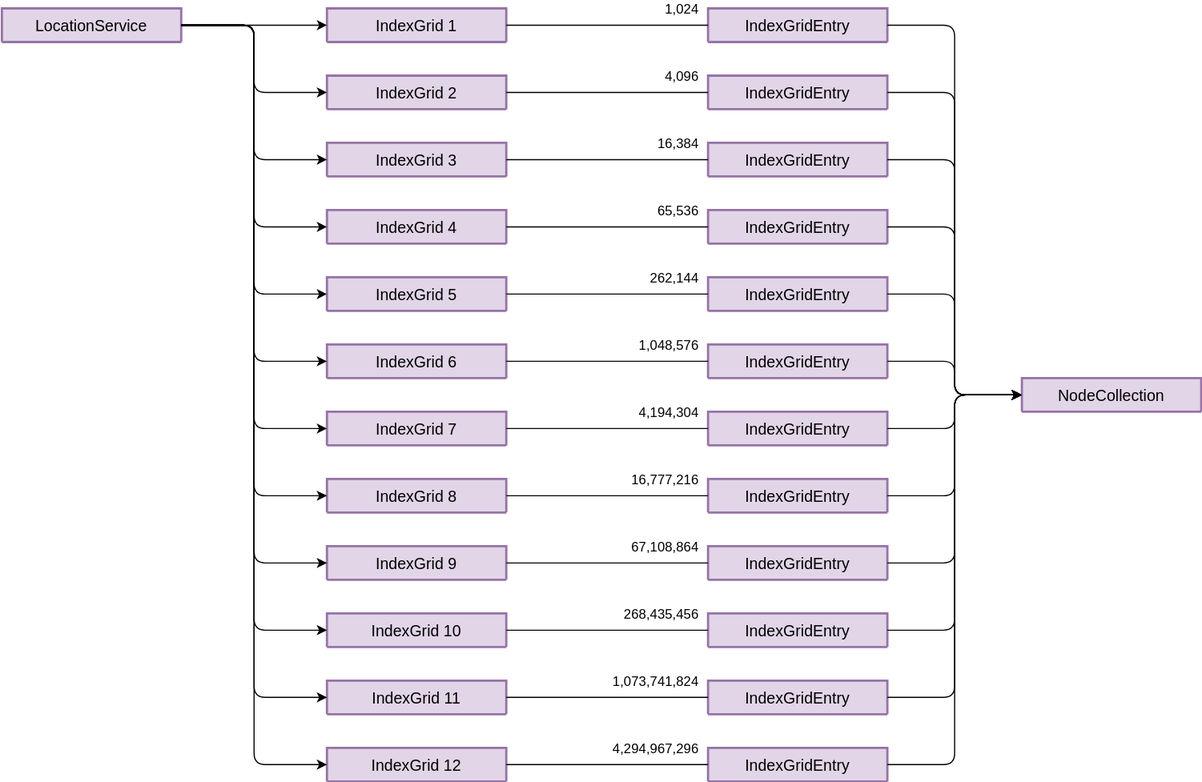
Before: _images/architecture-quad-tree.drawio.svg, a diagram exported from draw.io (gartenkralle/geolocation-services-doc). Source tidied: cells renumbered, new cells last; positions are measured from the earlier drawing's top-left corner, leaving out a move shared by most shapes.
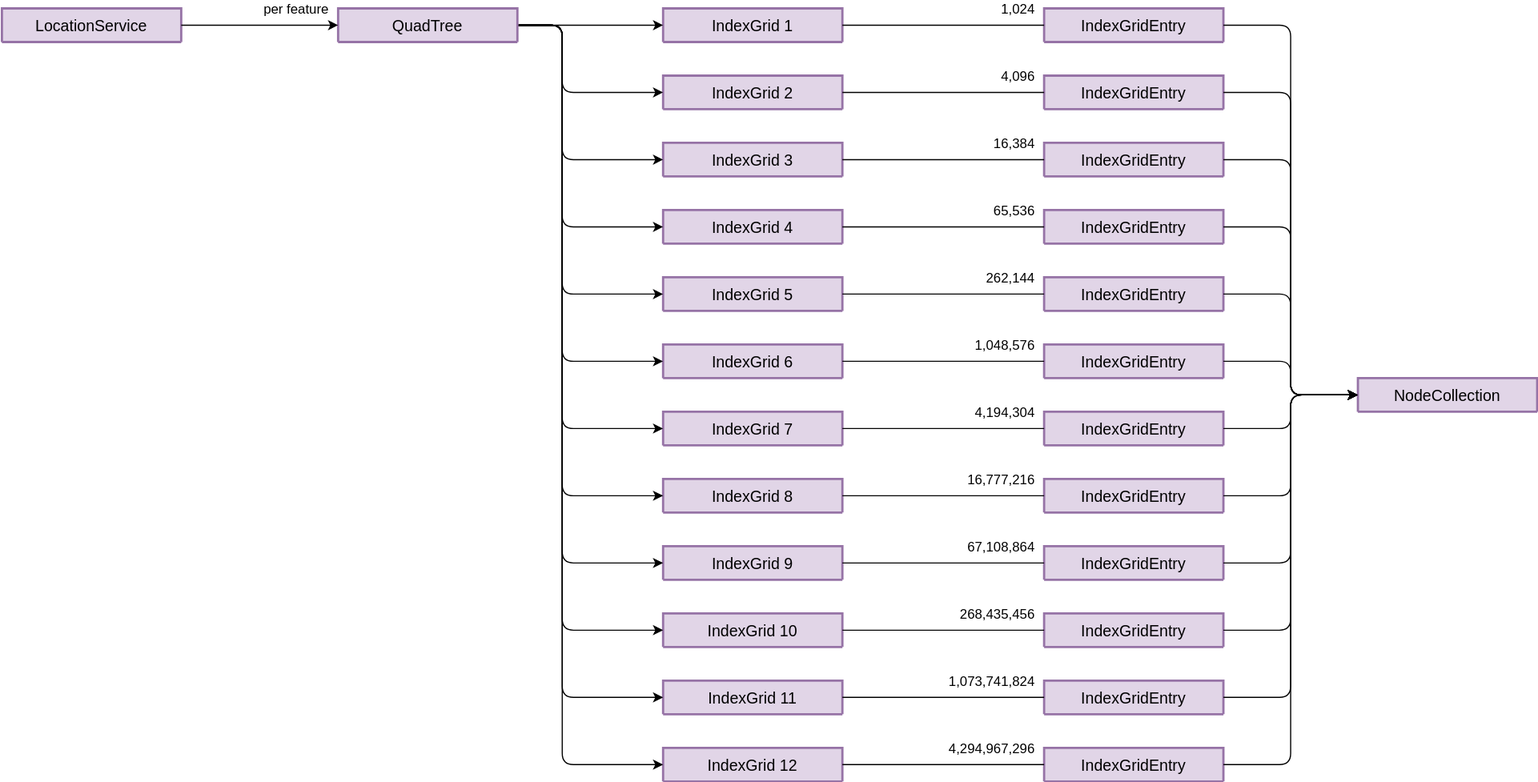
After the commit.

Change to the diagram source:
```diff
@@ -147,43 +147,98 @@
       <mxGeometry x="620" y="675" as="geometry" />
     </mxCell>
     <mxCell id="50" value="LocationService" style="swimlane;horizontal=1;startSize=30;rounded=1;fontSize=14;fontStyle=0;strokeWidth=2;shadow=0;dashed=0;align=center;fillColor=#e1d5e7;strokeColor=#9673a6;" parent="1" vertex="1">
-      <mxGeometry width="160" height="30" as="geometry" />
+      <mxGeometry x="-300" width="160" height="30" as="geometry" />
     </mxCell>
-    <mxCell id="51" style="endArrow=classic;html=1;rounded=0;exitX=1;exitY=0.5;exitDx=0;exitDy=0;entryX=0;entryY=0.5;entryDx=0;entryDy=0;" parent="1" edge="1" source="50" target="2">
+    <mxCell id="51" style="endArrow=classic;html=1;rounded=0;exitX=1;exitY=0.5;exitDx=0;exitDy=0;entryX=0;entryY=0.5;entryDx=0;entryDy=0;" parent="1" edge="1" source="76" target="2">
       <mxGeometry relative="1" as="geometry" />
     </mxCell>
-    <mxCell id="52" style="endArrow=classic;html=1;rounded=1;exitX=1;exitY=0.5;exitDx=0;exitDy=0;entryX=0;entryY=0.5;entryDx=0;entryDy=0;edgeStyle=orthogonalEdgeStyle;" parent="1" edge="1" source="50" target="6">
-      <mxGeometry relative="1" as="geometry" />
+    <mxCell id="52" style="endArrow=classic;html=1;rounded=1;exitX=1;exitY=0.5;exitDx=0;exitDy=0;entryX=0;entryY=0.5;entryDx=0;entryDy=0;edgeStyle=orthogonalEdgeStyle;" parent="1" edge="1" source="76" target="6">
+      <mxGeometry relative="1" as="geometry">
+        <Array as="points">
+          <mxPoint x="200" y="15" />
+          <mxPoint x="200" y="75" />
+        </Array>
+      </mxGeometry>
     </mxCell>
-    <mxCell id="53" style="endArrow=classic;html=1;rounded=1;entryX=0;entryY=0.5;entryDx=0;entryDy=0;exitX=1;exitY=0.5;exitDx=0;exitDy=0;edgeStyle=orthogonalEdgeStyle;" parent="1" edge="1" source="50" target="10">
-      <mxGeometry relative="1" as="geometry" />
+    <mxCell id="53" style="endArrow=classic;html=1;rounded=1;entryX=0;entryY=0.5;entryDx=0;entryDy=0;exitX=1;exitY=0.5;exitDx=0;exitDy=0;edgeStyle=orthogonalEdgeStyle;" parent="1" edge="1" source="76" target="10">
+      <mxGeometry relative="1" as="geometry">
+        <Array as="points">
+          <mxPoint x="200" y="15" />
+          <mxPoint x="200" y="135" />
+        </Array>
+      </mxGeometry>
     </mxCell>
-    <mxCell id="54" style="endArrow=classic;html=1;rounded=1;entryX=0;entryY=0.5;entryDx=0;entryDy=0;exitX=1;exitY=0.5;exitDx=0;exitDy=0;edgeStyle=orthogonalEdgeStyle;" parent="1" edge="1" source="50" target="14">
-      <mxGeometry relative="1" as="geometry" />
+    <mxCell id="54" style="endArrow=classic;html=1;rounded=1;entryX=0;entryY=0.5;entryDx=0;entryDy=0;exitX=1;exitY=0.5;exitDx=0;exitDy=0;edgeStyle=orthogonalEdgeStyle;" parent="1" edge="1" source="76" target="14">
+      <mxGeometry relative="1" as="geometry">
+        <Array as="points">
+          <mxPoint x="200" y="15" />
+          <mxPoint x="200" y="195" />
+        </Array>
+      </mxGeometry>
     </mxCell>
-    <mxCell id="55" style="endArrow=classic;html=1;rounded=1;entryX=0;entryY=0.5;entryDx=0;entryDy=0;exitX=1;exitY=0.5;exitDx=0;exitDy=0;edgeStyle=orthogonalEdgeStyle;" parent="1" edge="1" source="50" target="18">
-      <mxGeometry relative="1" as="geometry" />
+    <mxCell id="55" style="endArrow=classic;html=1;rounded=1;entryX=0;entryY=0.5;entryDx=0;entryDy=0;exitX=1;exitY=0.5;exitDx=0;exitDy=0;edgeStyle=orthogonalEdgeStyle;" parent="1" edge="1" source="76" target="18">
+      <mxGeometry relative="1" as="geometry">
+        <Array as="points">
+          <mxPoint x="200" y="15" />
+          <mxPoint x="200" y="255" />
+        </Array>
+      </mxGeometry>
     </mxCell>
-    <mxCell id="56" style="endArrow=classic;html=1;rounded=1;entryX=0;entryY=0.5;entryDx=0;entryDy=0;exitX=1;exitY=0.5;exitDx=0;exitDy=0;edgeStyle=orthogonalEdgeStyle;" parent="1" edge="1" source="50" target="22">
-      <mxGeometry relative="1" as="geometry" />
+    <mxCell id="56" style="endArrow=classic;html=1;rounded=1;entryX=0;entryY=0.5;entryDx=0;entryDy=0;exitX=1;exitY=0.5;exitDx=0;exitDy=0;edgeStyle=orthogonalEdgeStyle;" parent="1" edge="1" source="76" target="22">
+      <mxGeometry relative="1" as="geometry">
+        <Array as="points">
+          <mxPoint x="200" y="15" />
+          <mxPoint x="200" y="315" />
+        </Array>
+      </mxGeometry>
     </mxCell>
-    <mxCell id="57" style="endArrow=classic;html=1;rounded=1;entryX=0;entryY=0.5;entryDx=0;entryDy=0;exitX=1;exitY=0.5;exitDx=0;exitDy=0;edgeStyle=orthogonalEdgeStyle;" parent="1" edge="1" source="50" target="26">
-      <mxGeometry relative="1" as="geometry" />
+    <mxCell id="57" style="endArrow=classic;html=1;rounded=1;entryX=0;entryY=0.5;entryDx=0;entryDy=0;exitX=1;exitY=0.5;exitDx=0;exitDy=0;edgeStyle=orthogonalEdgeStyle;" parent="1" edge="1" source="76" target="26">
+      <mxGeometry relative="1" as="geometry">
+        <Array as="points">
+          <mxPoint x="200" y="15" />
+          <mxPoint x="200" y="375" />
+        </Array>
+      </mxGeometry>
     </mxCell>
-    <mxCell id="58" style="endArrow=classic;html=1;rounded=1;entryX=0;entryY=0.5;entryDx=0;entryDy=0;exitX=1;exitY=0.5;exitDx=0;exitDy=0;edgeStyle=orthogonalEdgeStyle;" parent="1" edge="1" source="50" target="30">
-      <mxGeometry relative="1" as="geometry" />
+    <mxCell id="58" style="endArrow=classic;html=1;rounded=1;entryX=0;entryY=0.5;entryDx=0;entryDy=0;exitX=1;exitY=0.5;exitDx=0;exitDy=0;edgeStyle=orthogonalEdgeStyle;" parent="1" edge="1" source="76" target="30">
+      <mxGeometry relative="1" as="geometry">
+        <Array as="points">
+          <mxPoint x="200" y="15" />
+          <mxPoint x="200" y="435" />
+        </Array>
+      </mxGeometry>
     </mxCell>
-    <mxCell id="59" style="endArrow=classic;html=1;rounded=1;entryX=0;entryY=0.5;entryDx=0;entryDy=0;exitX=1;exitY=0.5;exitDx=0;exitDy=0;edgeStyle=orthogonalEdgeStyle;" parent="1" edge="1" source="50" target="34">
-      <mxGeometry relative="1" as="geometry" />
+    <mxCell id="59" style="endArrow=classic;html=1;rounded=1;entryX=0;entryY=0.5;entryDx=0;entryDy=0;exitX=1;exitY=0.5;exitDx=0;exitDy=0;edgeStyle=orthogonalEdgeStyle;" parent="1" edge="1" source="76" target="34">
+      <mxGeometry relative="1" as="geometry">
+        <Array as="points">
+          <mxPoint x="200" y="15" />
+          <mxPoint x="200" y="495" />
+        </Array>
+      </mxGeometry>
     </mxCell>
-    <mxCell id="60" style="endArrow=classic;html=1;rounded=1;entryX=0;entryY=0.5;entryDx=0;entryDy=0;exitX=1;exitY=0.5;exitDx=0;exitDy=0;edgeStyle=orthogonalEdgeStyle;" parent="1" edge="1" source="50" target="38">
-      <mxGeometry relative="1" as="geometry" />
+    <mxCell id="60" style="endArrow=classic;html=1;rounded=1;entryX=0;entryY=0.5;entryDx=0;entryDy=0;exitX=1;exitY=0.5;exitDx=0;exitDy=0;edgeStyle=orthogonalEdgeStyle;" parent="1" edge="1" source="76" target="38">
+      <mxGeometry relative="1" as="geometry">
+        <Array as="points">
+          <mxPoint x="200" y="15" />
+          <mxPoint x="200" y="555" />
+        </Array>
+      </mxGeometry>
     </mxCell>
-    <mxCell id="61" style="endArrow=classic;html=1;rounded=1;entryX=0;entryY=0.5;entryDx=0;entryDy=0;exitX=1;exitY=0.5;exitDx=0;exitDy=0;edgeStyle=orthogonalEdgeStyle;" parent="1" edge="1" source="50" target="42">
-      <mxGeometry relative="1" as="geometry" />
+    <mxCell id="61" style="endArrow=classic;html=1;rounded=1;entryX=0;entryY=0.5;entryDx=0;entryDy=0;exitX=1;exitY=0.5;exitDx=0;exitDy=0;edgeStyle=orthogonalEdgeStyle;" parent="1" edge="1" source="76" target="42">
+      <mxGeometry relative="1" as="geometry">
+        <Array as="points">
+          <mxPoint x="200" y="15" />
+          <mxPoint x="200" y="615" />
+        </Array>
+      </mxGeometry>
     </mxCell>
-    <mxCell id="62" style="endArrow=classic;html=1;rounded=1;entryX=0;entryY=0.5;entryDx=0;entryDy=0;exitX=1;exitY=0.5;exitDx=0;exitDy=0;edgeStyle=orthogonalEdgeStyle;" parent="1" edge="1" source="50" target="46">
-      <mxGeometry relative="1" as="geometry" />
+    <mxCell id="62" style="endArrow=classic;html=1;rounded=1;entryX=0;entryY=0.5;entryDx=0;entryDy=0;exitX=1;exitY=0.5;exitDx=0;exitDy=0;edgeStyle=orthogonalEdgeStyle;" parent="1" edge="1" source="76" target="46">
+      <mxGeometry relative="1" as="geometry">
+        <Array as="points">
+          <mxPoint x="200" y="15" />
+          <mxPoint x="200" y="675" />
+        </Array>
+      </mxGeometry>
     </mxCell>
     <mxCell id="63" value="NodeCollection" style="swimlane;horizontal=1;startSize=30;rounded=1;fontSize=14;fontStyle=0;strokeWidth=2;shadow=0;dashed=0;align=center;fillColor=#e1d5e7;strokeColor=#9673a6;" parent="1" vertex="1">
       <mxGeometry x="910" y="330" width="160" height="30" as="geometry" />
@@ -224,5 +279,14 @@
     <mxCell id="75" style="endArrow=classic;html=1;rounded=1;exitX=1;exitY=0.5;exitDx=0;exitDy=0;entryX=0;entryY=0.5;entryDx=0;entryDy=0;edgeStyle=orthogonalEdgeStyle;" parent="1" edge="1" source="47" target="63">
       <mxGeometry relative="1" as="geometry" />
     </mxCell>
+    <mxCell id="76" value="QuadTree" style="swimlane;horizontal=1;startSize=30;rounded=1;fontSize=14;fontStyle=0;strokeWidth=2;shadow=0;dashed=0;align=center;fillColor=#e1d5e7;strokeColor=#9673a6;" parent="1" vertex="1">
+      <mxGeometry width="160" height="30" as="geometry" />
+    </mxCell>
+    <mxCell id="77" style="endArrow=classic;html=1;rounded=0;exitX=1;exitY=0.5;exitDx=0;exitDy=0;entryX=0;entryY=0.5;entryDx=0;entryDy=0;" parent="1" edge="1" source="50" target="76">
+      <mxGeometry relative="1" as="geometry" />
+    </mxCell>
+    <mxCell id="78" value="per feature" style="html=1;align=right;verticalAlign=bottom;direction=south;spacingRight=-2;spacingBottom=6;" parent="1" vertex="1">
+      <mxGeometry x="-10" y="15" as="geometry" />
+    </mxCell>
   </root>
 </mxGraphModel>
```
